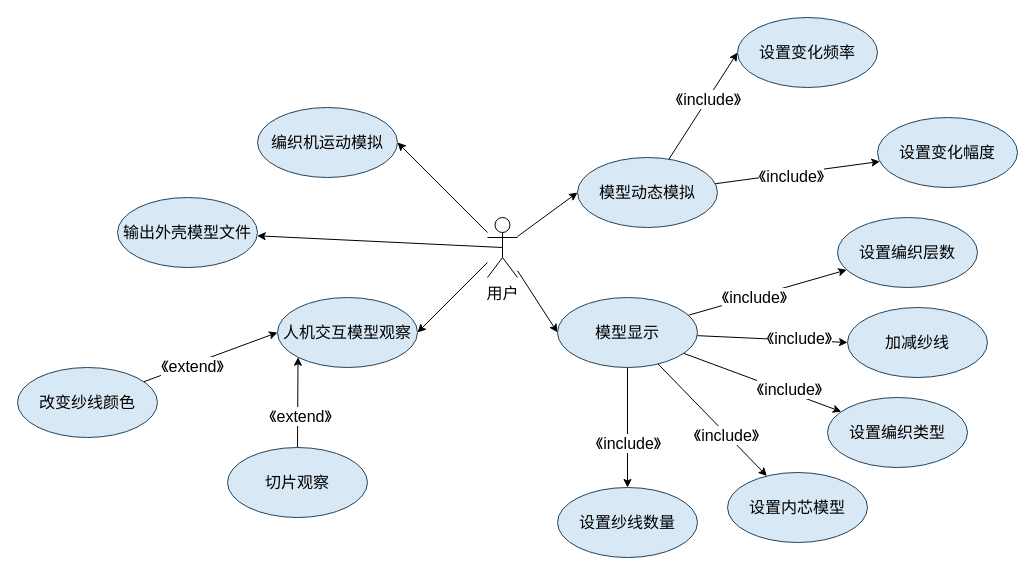
ScarboroughCoral/Draw.io.Storage keeps this draw.io diagram as page "Copy of 1-usecase" (3 of 13) of 毕设.drawio. Above is the earlier version. Source tidied: cells renumbered, new cells numbered last; positions are measured from the earlier drawing's top-left corner, leaving out a move shared by most shapes. Both pictures are drawn from the tidied source at 100%, with x=0, y=0 at pixel (17, 17).
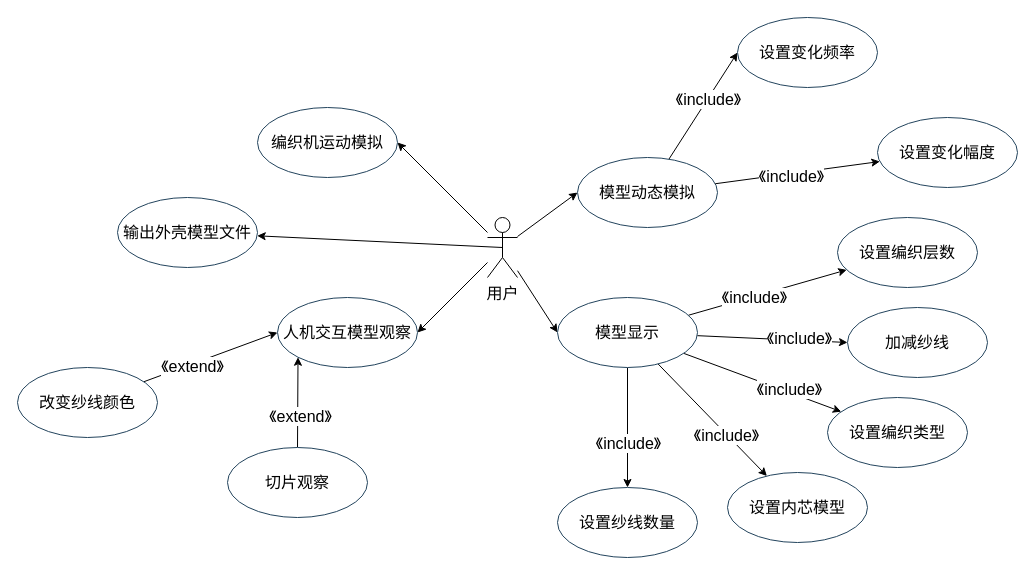
After the change.

Diff of the diagram source:
```diff
@@
-    <mxCell id="10" value="模型动态模拟" style="ellipse;whiteSpace=wrap;html=1;fontSize=16;fillColor=#D8E8F5;strokeColor=#23445d;" parent="1" vertex="1">
+    <mxCell id="10" value="模型动态模拟" style="ellipse;whiteSpace=wrap;html=1;fontSize=16;fillColor=#FFFFFF;strokeColor=#23445d;" parent="1" vertex="1">
       <mxGeometry x="560" y="140" width="140" height="70" as="geometry" />
     </mxCell>
-    <mxCell id="11" value="输出外壳模型文件" style="ellipse;whiteSpace=wrap;html=1;fontSize=16;fillColor=#D8E8F5;strokeColor=#23445d;" parent="1" vertex="1">
+    <mxCell id="11" value="输出外壳模型文件" style="ellipse;whiteSpace=wrap;html=1;fontSize=16;fillColor=#FFFFFF;strokeColor=#23445d;" parent="1" vertex="1">
       <mxGeometry x="100" y="180" width="140" height="70" as="geometry" />
     </mxCell>
@@
-    <mxCell id="14" value="设置变化频率" style="ellipse;whiteSpace=wrap;html=1;fontSize=16;fillColor=#D8E8F5;strokeColor=#23445d;" parent="1" vertex="1">
+    <mxCell id="14" value="设置变化频率" style="ellipse;whiteSpace=wrap;html=1;fontSize=16;fillColor=#FFFFFF;strokeColor=#23445d;" parent="1" vertex="1">
       <mxGeometry x="720" width="140" height="70" as="geometry" />
     </mxCell>
-    <mxCell id="15" value="设置变化幅度" style="ellipse;whiteSpace=wrap;html=1;fontSize=16;fillColor=#D8E8F5;strokeColor=#23445d;" parent="1" vertex="1">
+    <mxCell id="15" value="设置变化幅度" style="ellipse;whiteSpace=wrap;html=1;fontSize=16;fillColor=#FFFFFF;strokeColor=#23445d;" parent="1" vertex="1">
       <mxGeometry x="860" y="100" width="140" height="70" as="geometry" />
     </mxCell>
@@
-    <mxCell id="22" value="人机交互模型观察" style="ellipse;whiteSpace=wrap;html=1;fontSize=16;fillColor=#D8E8F5;strokeColor=#23445d;" parent="1" vertex="1">
+    <mxCell id="22" value="人机交互模型观察" style="ellipse;whiteSpace=wrap;html=1;fontSize=16;fillColor=#FFFFFF;strokeColor=#23445d;" parent="1" vertex="1">
       <mxGeometry x="260" y="280" width="140" height="70" as="geometry" />
     </mxCell>
@@
-    <mxCell id="25" value="改变纱线颜色" style="ellipse;whiteSpace=wrap;html=1;fontSize=16;fillColor=#D8E8F5;strokeColor=#23445d;" parent="1" vertex="1">
+    <mxCell id="25" value="改变纱线颜色" style="ellipse;whiteSpace=wrap;html=1;fontSize=16;fillColor=#FFFFFF;strokeColor=#23445d;" parent="1" vertex="1">
       <mxGeometry y="350" width="140" height="70" as="geometry" />
     </mxCell>
@@
-    <mxCell id="28" value="切片观察" style="ellipse;whiteSpace=wrap;html=1;fontSize=16;fillColor=#D8E8F5;strokeColor=#23445d;" parent="1" vertex="1">
+    <mxCell id="28" value="切片观察" style="ellipse;whiteSpace=wrap;html=1;fontSize=16;fillColor=#FFFFFF;strokeColor=#23445d;" parent="1" vertex="1">
       <mxGeometry x="210" y="430" width="140" height="70" as="geometry" />
     </mxCell>
-    <mxCell id="29" value="编织机运动模拟" style="ellipse;whiteSpace=wrap;html=1;fontSize=16;fillColor=#D8E8F5;strokeColor=#23445d;" parent="1" vertex="1">
+    <mxCell id="29" value="编织机运动模拟" style="ellipse;whiteSpace=wrap;html=1;fontSize=16;fillColor=#FFFFFF;strokeColor=#23445d;" parent="1" vertex="1">
       <mxGeometry x="240" y="90" width="140" height="70" as="geometry" />
     </mxCell>
@@
-    <mxCell id="39" value="模型显示" style="ellipse;whiteSpace=wrap;html=1;fontSize=16;fillColor=#D8E8F5;strokeColor=#23445d;" parent="1" vertex="1">
+    <mxCell id="39" value="模型显示" style="ellipse;whiteSpace=wrap;html=1;fontSize=16;fillColor=#FFFFFF;strokeColor=#23445d;" parent="1" vertex="1">
       <mxGeometry x="540" y="280" width="140" height="70" as="geometry" />
     </mxCell>
-    <mxCell id="40" value="设置纱线数量" style="ellipse;whiteSpace=wrap;html=1;fontSize=16;fillColor=#D8E8F5;strokeColor=#23445d;" parent="1" vertex="1">
+    <mxCell id="40" value="设置纱线数量" style="ellipse;whiteSpace=wrap;html=1;fontSize=16;fillColor=#FFFFFF;strokeColor=#23445d;" parent="1" vertex="1">
       <mxGeometry x="540" y="470" width="140" height="70" as="geometry" />
     </mxCell>
-    <mxCell id="41" value="设置内芯模型" style="ellipse;whiteSpace=wrap;html=1;fontSize=16;fillColor=#D8E8F5;strokeColor=#23445d;" parent="1" vertex="1">
+    <mxCell id="41" value="设置内芯模型" style="ellipse;whiteSpace=wrap;html=1;fontSize=16;fillColor=#FFFFFF;strokeColor=#23445d;" parent="1" vertex="1">
       <mxGeometry x="710" y="455" width="140" height="70" as="geometry" />
     </mxCell>
-    <mxCell id="42" value="设置编织层数" style="ellipse;whiteSpace=wrap;html=1;fontSize=16;fillColor=#D8E8F5;strokeColor=#23445d;" parent="1" vertex="1">
+    <mxCell id="42" value="设置编织层数" style="ellipse;whiteSpace=wrap;html=1;fontSize=16;fillColor=#FFFFFF;strokeColor=#23445d;" parent="1" vertex="1">
       <mxGeometry x="820" y="200" width="140" height="70" as="geometry" />
     </mxCell>
-    <mxCell id="43" value="设置编织类型" style="ellipse;whiteSpace=wrap;html=1;fontSize=16;fillColor=#D8E8F5;strokeColor=#23445d;" parent="1" vertex="1">
+    <mxCell id="43" value="设置编织类型" style="ellipse;whiteSpace=wrap;html=1;fontSize=16;fillColor=#FFFFFF;strokeColor=#23445d;" parent="1" vertex="1">
       <mxGeometry x="810" y="380" width="140" height="70" as="geometry" />
     </mxCell>
-    <mxCell id="44" value="加减纱线" style="ellipse;whiteSpace=wrap;html=1;fontSize=16;fillColor=#D8E8F5;strokeColor=#23445d;" parent="1" vertex="1">
+    <mxCell id="44" value="加减纱线" style="ellipse;whiteSpace=wrap;html=1;fontSize=16;fillColor=#FFFFFF;strokeColor=#23445d;" parent="1" vertex="1">
       <mxGeometry x="830" y="290" width="140" height="70" as="geometry" />
     </mxCell>
```
